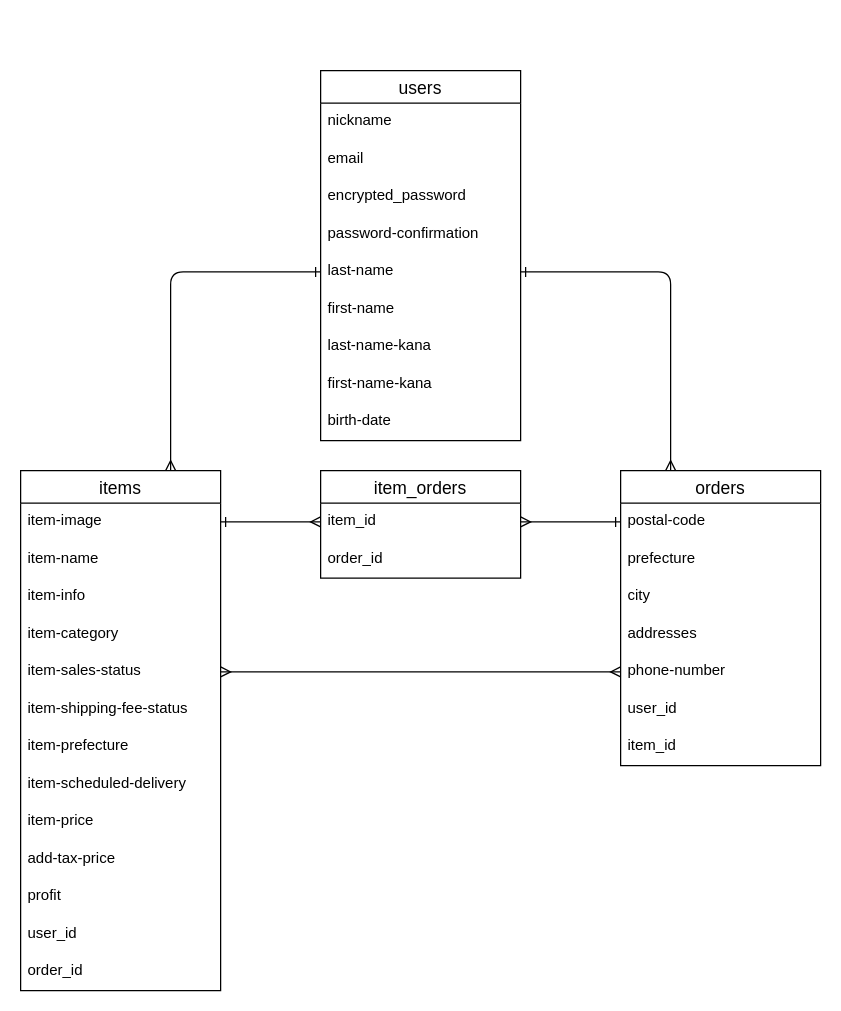
The draw.io diagram furima_ER.dio in 5884kenta/furima-37177, before the edit. Source tidied: cells renumbered, new cells numbered last; positions are measured from the earlier drawing's top-left corner, leaving out a move shared by most shapes. Both pictures are drawn from the tidied source at 125%, with x=0, y=0 at pixel (20, 70).
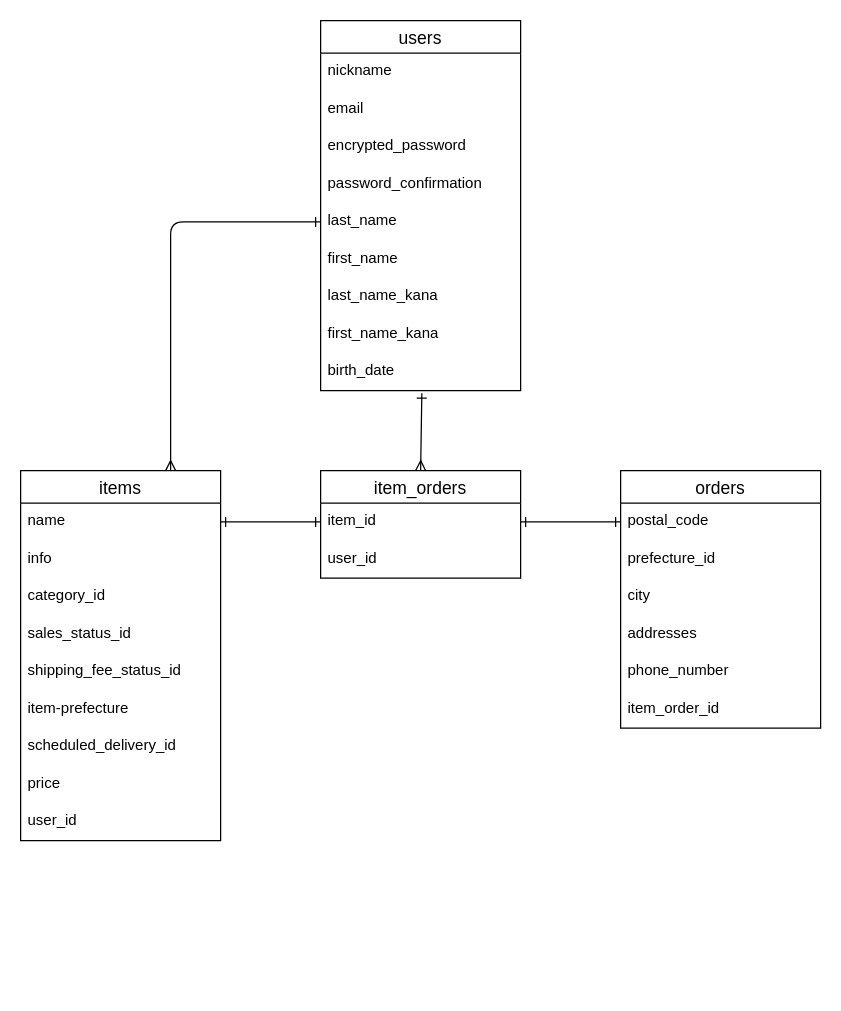
After the change.

Commit message (it also covers changes not shown here):
ER図修正２回目(12/11）

The change refers to these unchanged cells:
```xml
<mxCell id="34" value="item_orders" style="swimlane;fontStyle=0;horizontal=1;startSize=26;align=center;fontSize=14;" parent="1" vertex="1">
  <mxGeometry x="240" y="320" width="160" height="86" as="geometry" />
</mxCell>
<mxCell id="35" value="item_id" style="text;strokeColor=none;fillColor=none;spacingLeft=4;spacingRight=4;overflow=hidden;points=[[0,0.5],[1,0.5]];portConstraint=eastwest;fontSize=12;perimeterSpacing=0;" parent="34" vertex="1">
  <mxGeometry y="26" width="160" height="30" as="geometry" />
</mxCell>
```

What changed in the source:
```diff
@@
     <mxCell id="2" value="users" style="swimlane;fontStyle=0;horizontal=1;startSize=26;align=center;fontSize=14;" parent="1" vertex="1">
-      <mxGeometry x="240" width="160" height="296" as="geometry" />
+      <mxGeometry x="240" y="-40" width="160" height="296" as="geometry" />
     </mxCell>
@@
-    <mxCell id="6" value="password-confirmation" style="text;strokeColor=none;fillColor=none;spacingLeft=4;spacingRight=4;overflow=hidden;fontSize=12;perimeterSpacing=0;" parent="2" vertex="1">
+    <mxCell id="6" value="password_confirmation" style="text;strokeColor=none;fillColor=none;spacingLeft=4;spacingRight=4;overflow=hidden;fontSize=12;perimeterSpacing=0;" parent="2" vertex="1">
       <mxGeometry y="116" width="160" height="30" as="geometry" />
     </mxCell>
-    <mxCell id="7" value="last-name" style="text;strokeColor=none;fillColor=none;spacingLeft=4;spacingRight=4;overflow=hidden;points=[[0,0.5],[1,0.5]];portConstraint=eastwest;fontSize=12;perimeterSpacing=0;" parent="2" vertex="1">
+    <mxCell id="7" value="last_name" style="text;strokeColor=none;fillColor=none;spacingLeft=4;spacingRight=4;overflow=hidden;points=[[0,0.5],[1,0.5]];portConstraint=eastwest;fontSize=12;perimeterSpacing=0;" parent="2" vertex="1">
       <mxGeometry y="146" width="160" height="30" as="geometry" />
     </mxCell>
-    <mxCell id="8" value="first-name" style="text;strokeColor=none;fillColor=none;spacingLeft=4;spacingRight=4;overflow=hidden;fontSize=12;perimeterSpacing=0;" parent="2" vertex="1">
+    <mxCell id="8" value="first_name" style="text;strokeColor=none;fillColor=none;spacingLeft=4;spacingRight=4;overflow=hidden;fontSize=12;perimeterSpacing=0;" parent="2" vertex="1">
       <mxGeometry y="176" width="160" height="30" as="geometry" />
     </mxCell>
-    <mxCell id="9" value="last-name-kana" style="text;strokeColor=none;fillColor=none;spacingLeft=4;spacingRight=4;overflow=hidden;fontSize=12;perimeterSpacing=0;" parent="2" vertex="1">
+    <mxCell id="9" value="last_name_kana" style="text;strokeColor=none;fillColor=none;spacingLeft=4;spacingRight=4;overflow=hidden;fontSize=12;perimeterSpacing=0;" parent="2" vertex="1">
       <mxGeometry y="206" width="160" height="30" as="geometry" />
     </mxCell>
-    <mxCell id="10" value="first-name-kana" style="text;strokeColor=none;fillColor=none;spacingLeft=4;spacingRight=4;overflow=hidden;fontSize=12;perimeterSpacing=0;" parent="2" vertex="1">
+    <mxCell id="10" value="first_name_kana" style="text;strokeColor=none;fillColor=none;spacingLeft=4;spacingRight=4;overflow=hidden;fontSize=12;perimeterSpacing=0;" parent="2" vertex="1">
       <mxGeometry y="236" width="160" height="30" as="geometry" />
     </mxCell>
-    <mxCell id="11" value="birth-date" style="text;strokeColor=none;fillColor=none;spacingLeft=4;spacingRight=4;overflow=hidden;points=[[0,0.5],[1,0.5]];portConstraint=eastwest;fontSize=12;perimeterSpacing=0;" parent="2" vertex="1">
+    <mxCell id="11" value="birth_date" style="text;strokeColor=none;fillColor=none;spacingLeft=4;spacingRight=4;overflow=hidden;points=[[0,0.5],[1,0.5]];portConstraint=eastwest;fontSize=12;perimeterSpacing=0;" parent="2" vertex="1">
       <mxGeometry y="266" width="160" height="30" as="geometry" />
     </mxCell>
     <mxCell id="12" value="items" style="swimlane;fontStyle=0;horizontal=1;startSize=26;align=center;fontSize=14;" parent="1" vertex="1">
-      <mxGeometry y="320" width="160" height="416" as="geometry" />
+      <mxGeometry y="320" width="160" height="296" as="geometry" />
     </mxCell>
-    <mxCell id="13" value="item-image" style="text;strokeColor=none;fillColor=none;spacingLeft=4;spacingRight=4;overflow=hidden;points=[[0,0.5],[1,0.5]];portConstraint=eastwest;fontSize=12;perimeterSpacing=0;" parent="12" vertex="1">
-      <mxGeometry y="26" width="160" height="30" as="geometry" />
-    </mxCell>
-    <mxCell id="14" value="item-name" style="text;strokeColor=none;fillColor=none;spacingLeft=4;spacingRight=4;overflow=hidden;fontSize=12;perimeterSpacing=0;" parent="12" vertex="1">
-      <mxGeometry y="56" width="160" height="30" as="geometry" />
+    <mxCell id="14" value="name" style="text;strokeColor=none;fillColor=none;spacingLeft=4;spacingRight=4;overflow=hidden;fontSize=12;perimeterSpacing=0;" parent="12" vertex="1">
+      <mxGeometry y="26" width="160" height="30" as="geometry" />
     </mxCell>
-    <mxCell id="15" value="item-info" style="text;strokeColor=none;fillColor=none;spacingLeft=4;spacingRight=4;overflow=hidden;fontSize=12;perimeterSpacing=0;" parent="12" vertex="1">
-      <mxGeometry y="86" width="160" height="30" as="geometry" />
+    <mxCell id="15" value="info" style="text;strokeColor=none;fillColor=none;spacingLeft=4;spacingRight=4;overflow=hidden;fontSize=12;perimeterSpacing=0;" parent="12" vertex="1">
+      <mxGeometry y="56" width="160" height="30" as="geometry" />
     </mxCell>
-    <mxCell id="16" value="item-category" style="text;strokeColor=none;fillColor=none;spacingLeft=4;spacingRight=4;overflow=hidden;fontSize=12;perimeterSpacing=0;" parent="12" vertex="1">
-      <mxGeometry y="116" width="160" height="30" as="geometry" />
+    <mxCell id="16" value="category_id" style="text;strokeColor=none;fillColor=none;spacingLeft=4;spacingRight=4;overflow=hidden;fontSize=12;perimeterSpacing=0;" parent="12" vertex="1">
+      <mxGeometry y="86" width="160" height="30" as="geometry" />
     </mxCell>
-    <mxCell id="17" value="item-sales-status" style="text;strokeColor=none;fillColor=none;spacingLeft=4;spacingRight=4;overflow=hidden;points=[[0,0.5],[1,0.5]];portConstraint=eastwest;fontSize=12;perimeterSpacing=0;" parent="12" vertex="1">
-      <mxGeometry y="146" width="160" height="30" as="geometry" />
+    <mxCell id="17" value="sales_status_id" style="text;strokeColor=none;fillColor=none;spacingLeft=4;spacingRight=4;overflow=hidden;points=[[0,0.5],[1,0.5]];portConstraint=eastwest;fontSize=12;perimeterSpacing=0;" parent="12" vertex="1">
+      <mxGeometry y="116" width="160" height="30" as="geometry" />
     </mxCell>
-    <mxCell id="18" value="item-shipping-fee-status" style="text;strokeColor=none;fillColor=none;spacingLeft=4;spacingRight=4;overflow=hidden;fontSize=12;perimeterSpacing=0;" parent="12" vertex="1">
-      <mxGeometry y="176" width="160" height="30" as="geometry" />
+    <mxCell id="18" value="shipping_fee_status_id" style="text;strokeColor=none;fillColor=none;spacingLeft=4;spacingRight=4;overflow=hidden;fontSize=12;perimeterSpacing=0;" parent="12" vertex="1">
+      <mxGeometry y="146" width="160" height="30" as="geometry" />
     </mxCell>
     <mxCell id="19" value="item-prefecture" style="text;strokeColor=none;fillColor=none;spacingLeft=4;spacingRight=4;overflow=hidden;fontSize=12;perimeterSpacing=0;" parent="12" vertex="1">
-      <mxGeometry y="206" width="160" height="30" as="geometry" />
+      <mxGeometry y="176" width="160" height="30" as="geometry" />
     </mxCell>
-    <mxCell id="20" value="item-scheduled-delivery" style="text;strokeColor=none;fillColor=none;spacingLeft=4;spacingRight=4;overflow=hidden;fontSize=12;perimeterSpacing=0;" parent="12" vertex="1">
-      <mxGeometry y="236" width="160" height="30" as="geometry" />
+    <mxCell id="20" value="scheduled_delivery_id" style="text;strokeColor=none;fillColor=none;spacingLeft=4;spacingRight=4;overflow=hidden;fontSize=12;perimeterSpacing=0;" parent="12" vertex="1">
+      <mxGeometry y="206" width="160" height="30" as="geometry" />
     </mxCell>
-    <mxCell id="21" value="item-price" style="text;strokeColor=none;fillColor=none;spacingLeft=4;spacingRight=4;overflow=hidden;fontSize=12;perimeterSpacing=0;" parent="12" vertex="1">
-      <mxGeometry y="266" width="160" height="30" as="geometry" />
+    <mxCell id="21" value="price" style="text;strokeColor=none;fillColor=none;spacingLeft=4;spacingRight=4;overflow=hidden;fontSize=12;perimeterSpacing=0;" parent="12" vertex="1">
+      <mxGeometry y="236" width="160" height="30" as="geometry" />
     </mxCell>
-    <mxCell id="22" value="add-tax-price" style="text;strokeColor=none;fillColor=none;spacingLeft=4;spacingRight=4;overflow=hidden;fontSize=12;perimeterSpacing=0;" parent="12" vertex="1">
-      <mxGeometry y="296" width="160" height="30" as="geometry" />
-    </mxCell>
-    <mxCell id="23" value="profit" style="text;strokeColor=none;fillColor=none;spacingLeft=4;spacingRight=4;overflow=hidden;fontSize=12;perimeterSpacing=0;" parent="12" vertex="1">
-      <mxGeometry y="326" width="160" height="30" as="geometry" />
-    </mxCell>
     <mxCell id="24" value="user_id" style="text;strokeColor=none;fillColor=none;spacingLeft=4;spacingRight=4;overflow=hidden;fontSize=12;perimeterSpacing=0;" parent="12" vertex="1">
-      <mxGeometry y="356" width="160" height="30" as="geometry" />
+      <mxGeometry y="266" width="160" height="30" as="geometry" />
     </mxCell>
-    <mxCell id="25" value="order_id" style="text;strokeColor=none;fillColor=none;spacingLeft=4;spacingRight=4;overflow=hidden;fontSize=12;perimeterSpacing=0;" parent="12" vertex="1">
-      <mxGeometry y="386" width="160" height="30" as="geometry" />
-    </mxCell>
     <mxCell id="26" value="orders" style="swimlane;fontStyle=0;horizontal=1;startSize=26;align=center;fontSize=14;" parent="1" vertex="1">
-      <mxGeometry x="480" y="320" width="160" height="236" as="geometry" />
+      <mxGeometry x="480" y="320" width="160" height="206" as="geometry" />
     </mxCell>
-    <mxCell id="27" value="postal-code" style="text;strokeColor=none;fillColor=none;spacingLeft=4;spacingRight=4;overflow=hidden;points=[[0,0.5],[1,0.5]];portConstraint=eastwest;fontSize=12;perimeterSpacing=0;" parent="26" vertex="1">
+    <mxCell id="27" value="postal_code" style="text;strokeColor=none;fillColor=none;spacingLeft=4;spacingRight=4;overflow=hidden;points=[[0,0.5],[1,0.5]];portConstraint=eastwest;fontSize=12;perimeterSpacing=0;" parent="26" vertex="1">
       <mxGeometry y="26" width="160" height="30" as="geometry" />
     </mxCell>
-    <mxCell id="28" value="prefecture" style="text;strokeColor=none;fillColor=none;spacingLeft=4;spacingRight=4;overflow=hidden;fontSize=12;perimeterSpacing=0;" parent="26" vertex="1">
+    <mxCell id="28" value="prefecture_id" style="text;strokeColor=none;fillColor=none;spacingLeft=4;spacingRight=4;overflow=hidden;fontSize=12;perimeterSpacing=0;" parent="26" vertex="1">
       <mxGeometry y="56" width="160" height="30" as="geometry" />
     </mxCell>
@@
-    <mxCell id="31" value="phone-number" style="text;strokeColor=none;fillColor=none;spacingLeft=4;spacingRight=4;overflow=hidden;points=[[0,0.5],[1,0.5]];portConstraint=eastwest;fontSize=12;perimeterSpacing=0;" parent="26" vertex="1">
+    <mxCell id="31" value="phone_number" style="text;strokeColor=none;fillColor=none;spacingLeft=4;spacingRight=4;overflow=hidden;points=[[0,0.5],[1,0.5]];portConstraint=eastwest;fontSize=12;perimeterSpacing=0;" parent="26" vertex="1">
       <mxGeometry y="146" width="160" height="30" as="geometry" />
     </mxCell>
-    <mxCell id="32" value="user_id" style="text;strokeColor=none;fillColor=none;spacingLeft=4;spacingRight=4;overflow=hidden;fontSize=12;perimeterSpacing=0;" parent="26" vertex="1">
-      <mxGeometry y="176" width="160" height="30" as="geometry" />
-    </mxCell>
-    <mxCell id="33" value="item_id" style="text;strokeColor=none;fillColor=none;spacingLeft=4;spacingRight=4;overflow=hidden;fontSize=12;perimeterSpacing=0;" parent="26" vertex="1">
-      <mxGeometry y="206" width="160" height="30" as="geometry" />
+    <mxCell id="33" value="item_order_id" style="text;strokeColor=none;fillColor=none;spacingLeft=4;spacingRight=4;overflow=hidden;fontSize=12;perimeterSpacing=0;" parent="26" vertex="1">
+      <mxGeometry y="176" width="160" height="30" as="geometry" />
     </mxCell>
@@
-    <mxCell id="36" value="order_id" style="text;strokeColor=none;fillColor=none;spacingLeft=4;spacingRight=4;overflow=hidden;fontSize=12;perimeterSpacing=0;" parent="34" vertex="1">
+    <mxCell id="36" value="user_id" style="text;strokeColor=none;fillColor=none;spacingLeft=4;spacingRight=4;overflow=hidden;fontSize=12;perimeterSpacing=0;" parent="34" vertex="1">
       <mxGeometry y="56" width="160" height="30" as="geometry" />
     </mxCell>
-    <mxCell id="37" style="edgeStyle=entityRelationEdgeStyle;fontSize=12;html=1;endArrow=ERmany;startArrow=ERmany;exitX=1;exitY=0.5;exitDx=0;exitDy=0;entryX=0;entryY=0.5;entryDx=0;entryDy=0;" parent="1" edge="1" source="17" target="31">
-      <mxGeometry relative="1" as="geometry" />
-    </mxCell>
-    <mxCell id="38" style="edgeStyle=entityRelationEdgeStyle;fontSize=12;html=1;endArrow=ERmany;exitX=1;exitY=0.5;exitDx=0;exitDy=0;entryX=0;entryY=0.5;entryDx=0;entryDy=0;endFill=0;startArrow=ERone;startFill=0;" parent="1" edge="1" source="13" target="35">
-      <mxGeometry relative="1" as="geometry" />
+    <mxCell id="38" style="edgeStyle=entityRelationEdgeStyle;fontSize=12;html=1;endArrow=ERone;exitX=1;exitY=0.5;exitDx=0;exitDy=0;entryX=0;entryY=0.5;entryDx=0;entryDy=0;endFill=0;startArrow=ERone;startFill=0;" parent="1" edge="1" target="35">
+      <mxGeometry relative="1" as="geometry">
+        <mxPoint x="160" y="361" as="sourcePoint" />
+      </mxGeometry>
     </mxCell>
-    <mxCell id="39" style="edgeStyle=entityRelationEdgeStyle;fontSize=12;html=1;endArrow=ERmany;exitX=0;exitY=0.5;exitDx=0;exitDy=0;entryX=1;entryY=0.5;entryDx=0;entryDy=0;endFill=0;startArrow=ERone;startFill=0;" parent="1" edge="1" source="27" target="35">
+    <mxCell id="39" style="edgeStyle=entityRelationEdgeStyle;fontSize=12;html=1;endArrow=ERone;exitX=0;exitY=0.5;exitDx=0;exitDy=0;entryX=1;entryY=0.5;entryDx=0;entryDy=0;endFill=0;startArrow=ERone;startFill=0;" parent="1" edge="1" source="27" target="35">
       <mxGeometry relative="1" as="geometry" />
     </mxCell>
-    <mxCell id="40" style="edgeStyle=orthogonalEdgeStyle;fontSize=12;html=1;endArrow=ERmany;exitX=1;exitY=0.5;exitDx=0;exitDy=0;endFill=0;startArrow=ERone;startFill=0;entryX=0.25;entryY=0;entryDx=0;entryDy=0;" parent="1" edge="1" source="7" target="26">
-      <mxGeometry relative="1" as="geometry" />
-    </mxCell>
@@
+    <mxCell id="42" style="fontSize=12;html=1;endArrow=ERmany;exitX=0.506;exitY=1.067;exitDx=0;exitDy=0;entryX=0.5;entryY=0;entryDx=0;entryDy=0;endFill=0;startArrow=ERone;startFill=0;exitPerimeter=0;" parent="1" edge="1" source="11" target="34">
+      <mxGeometry relative="1" as="geometry" />
+    </mxCell>
```
